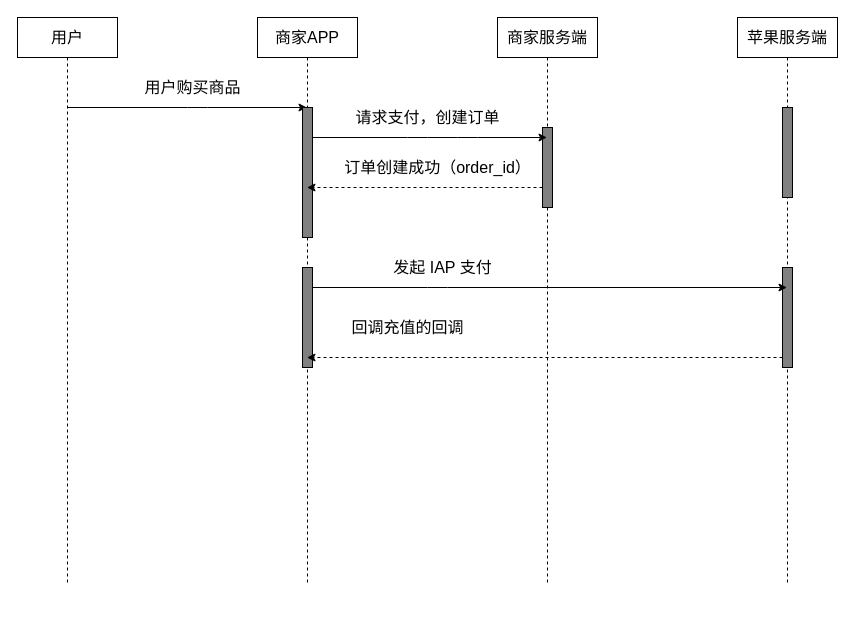
Above: page "apple-iap-order-before" (1 of 3) of business/business.drawio in boilingfrog/Go-POINT (draw.io), before the change. Source tidied: cells renumbered, new cells numbered last; positions are measured from the earlier drawing's top-left corner, leaving out a move shared by most shapes. Both pictures are drawn from the tidied source at 100%, with x=0, y=0 at pixel (17, 17).
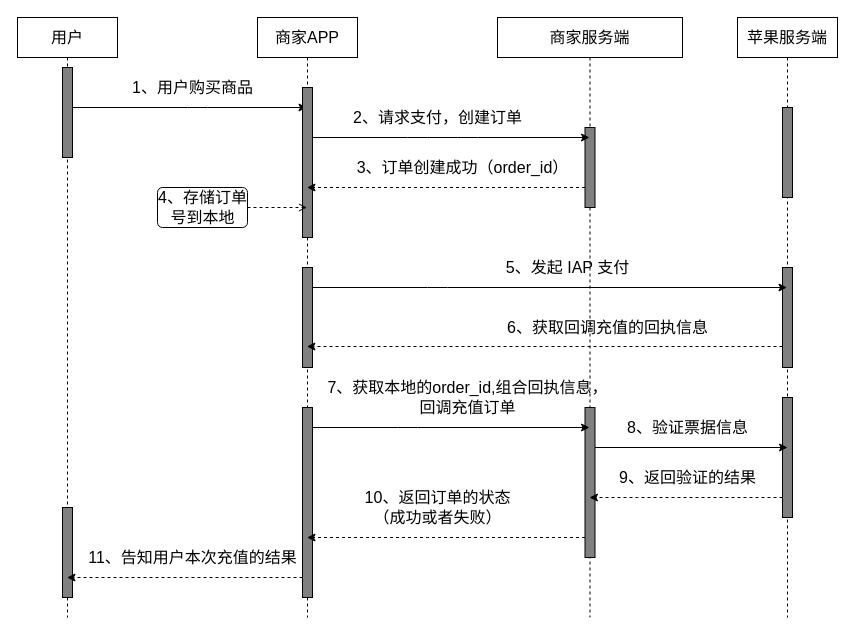
After the change.

The change refers to these unchanged cells:
```xml
<mxCell id="6" style="html=1;points=[];perimeter=orthogonalPerimeter;fillColor=#808080;" parent="4" vertex="1">
  <mxGeometry x="45" y="250" width="10" height="100" as="geometry" />
</mxCell>
<mxCell id="11" style="html=1;points=[];perimeter=orthogonalPerimeter;fillColor=#808080;" parent="9" vertex="1">
  <mxGeometry x="45" y="250" width="10" height="100" as="geometry" />
</mxCell>
```

The edit, as a diff of the source:
```diff
@@
     <mxCell id="3" value="&lt;font style=&quot;font-size: 16px&quot;&gt;用户&lt;/font&gt;" style="shape=umlLifeline;perimeter=lifelinePerimeter;whiteSpace=wrap;html=1;outlineConnect=0;" parent="1" vertex="1">
-      <mxGeometry width="100" height="565" as="geometry" />
+      <mxGeometry width="100" height="600" as="geometry" />
     </mxCell>
+    <mxCell id="21" style="html=1;perimeter=orthogonalPerimeter;fillColor=#808080;" parent="3" vertex="1">
+      <mxGeometry x="45" y="50" width="10" height="90" as="geometry" />
+    </mxCell>
+    <mxCell id="22" style="html=1;perimeter=orthogonalPerimeter;fillColor=#808080;" parent="3" vertex="1">
+      <mxGeometry x="45" y="490" width="10" height="90" as="geometry" />
+    </mxCell>
     <mxCell id="4" value="&lt;font style=&quot;font-size: 16px&quot;&gt;商家APP&lt;/font&gt;" style="shape=umlLifeline;perimeter=lifelinePerimeter;whiteSpace=wrap;html=1;outlineConnect=0;" parent="1" vertex="1">
-      <mxGeometry x="240" width="100" height="565" as="geometry" />
+      <mxGeometry x="240" width="100" height="600" as="geometry" />
     </mxCell>
     <mxCell id="5" style="html=1;points=[];perimeter=orthogonalPerimeter;fillColor=#808080;" parent="4" vertex="1">
-      <mxGeometry x="45" y="90" width="10" height="130" as="geometry" />
+      <mxGeometry x="45" y="70" width="10" height="150" as="geometry" />
     </mxCell>
@@
+    <mxCell id="23" style="html=1;points=[];perimeter=orthogonalPerimeter;fillColor=#808080;" parent="4" vertex="1">
+      <mxGeometry x="45" y="390" width="10" height="190" as="geometry" />
+    </mxCell>
     <mxCell id="7" value="&lt;font style=&quot;font-size: 16px&quot;&gt;商家服务端&lt;/font&gt;" style="shape=umlLifeline;perimeter=lifelinePerimeter;whiteSpace=wrap;html=1;outlineConnect=0;" parent="1" vertex="1">
-      <mxGeometry x="480" width="100" height="565" as="geometry" />
+      <mxGeometry x="480" width="185" height="600" as="geometry" />
     </mxCell>
     <mxCell id="8" style="html=1;points=[];perimeter=orthogonalPerimeter;fillColor=#808080;" parent="7" vertex="1">
-      <mxGeometry x="45" y="110" width="10" height="80" as="geometry" />
+      <mxGeometry x="87.5" y="110" width="10" height="80" as="geometry" />
     </mxCell>
+    <mxCell id="24" style="html=1;points=[];perimeter=orthogonalPerimeter;fillColor=#808080;" parent="7" vertex="1">
+      <mxGeometry x="87.5" y="390" width="10" height="150" as="geometry" />
+    </mxCell>
+    <mxCell id="20" value="6、获取回调充值的回执信息" style="text;html=1;align=center;verticalAlign=middle;strokeColor=none;fillColor=none;fontSize=16;" parent="7" vertex="1">
+      <mxGeometry y="300" width="220" height="20" as="geometry" />
+    </mxCell>
+    <mxCell id="18" value="5、发起 IAP 支付" style="text;html=1;align=center;verticalAlign=middle;strokeColor=none;fillColor=none;fontSize=16;" parent="7" vertex="1">
+      <mxGeometry y="240" width="140" height="20" as="geometry" />
+    </mxCell>
     <mxCell id="9" value="&lt;font style=&quot;font-size: 16px&quot;&gt;苹果服务端&lt;/font&gt;" style="shape=umlLifeline;perimeter=lifelinePerimeter;whiteSpace=wrap;html=1;outlineConnect=0;" parent="1" vertex="1">
-      <mxGeometry x="720" width="100" height="565" as="geometry" />
+      <mxGeometry x="720" width="100" height="600" as="geometry" />
     </mxCell>
@@
+    <mxCell id="25" style="html=1;points=[];perimeter=orthogonalPerimeter;fillColor=#808080;" parent="9" vertex="1">
+      <mxGeometry x="45" y="380" width="10" height="120" as="geometry" />
+    </mxCell>
-    <mxCell id="12" value="用户购买商品" style="text;html=1;align=center;verticalAlign=middle;strokeColor=none;fillColor=none;fontSize=16;" parent="1" vertex="1">
-      <mxGeometry x="120" y="60" width="110" height="20" as="geometry" />
+    <mxCell id="12" value="1、用户购买商品" style="text;html=1;align=center;verticalAlign=middle;strokeColor=none;fillColor=none;fontSize=16;" parent="1" vertex="1">
+      <mxGeometry x="105" y="60" width="140" height="20" as="geometry" />
     </mxCell>
@@
-    <mxCell id="14" value="请求支付，创建订单" style="text;html=1;align=center;verticalAlign=middle;strokeColor=none;fillColor=none;fontSize=16;" parent="1" vertex="1">
-      <mxGeometry x="330" y="90" width="160" height="20" as="geometry" />
+    <mxCell id="14" value="2、请求支付，创建订单" style="text;html=1;align=center;verticalAlign=middle;strokeColor=none;fillColor=none;fontSize=16;" parent="1" vertex="1">
+      <mxGeometry x="330" y="90" width="180" height="20" as="geometry" />
     </mxCell>
@@
+    <mxCell id="17" style="edgeStyle=none;html=1;fontSize=16;" parent="1" edge="1" source="6" target="9">
+      <mxGeometry relative="1" as="geometry">
+        <Array as="points">
+          <mxPoint x="420" y="270" />
+        </Array>
+      </mxGeometry>
+    </mxCell>
+    <mxCell id="19" style="edgeStyle=none;html=1;fontSize=16;dashed=1;" parent="1" edge="1">
+      <mxGeometry relative="1" as="geometry">
+        <mxPoint x="765" y="329" as="sourcePoint" />
+        <mxPoint x="289.4" y="329" as="targetPoint" />
+        <Array as="points">
+          <mxPoint x="540" y="329" />
+          <mxPoint x="500" y="329" />
+        </Array>
+      </mxGeometry>
+    </mxCell>
+    <mxCell id="26" value="4、存储订单&lt;br&gt;号到本地" style="html=1;rounded=1;absoluteArcSize=1;arcSize=10;fontSize=16;" parent="1" vertex="1">
+      <mxGeometry x="140" y="170" width="90" height="40" as="geometry" />
+    </mxCell>
+    <mxCell id="27" style="endArrow=open;html=1;rounded=0;align=center;verticalAlign=top;endFill=0;labelBackgroundColor=none;endSize=6;dashed=1;fontSize=16;" parent="1" edge="1" source="26" target="4">
+      <mxGeometry relative="1" as="geometry" />
+    </mxCell>
+    <mxCell id="28" style="edgeStyle=none;html=1;fontSize=16;" parent="1" edge="1" source="23" target="7">
+      <mxGeometry relative="1" as="geometry">
+        <Array as="points">
+          <mxPoint x="390" y="410" />
+        </Array>
+      </mxGeometry>
+    </mxCell>
+    <mxCell id="29" style="edgeStyle=none;html=1;fontSize=16;" parent="1" edge="1" source="24">
+      <mxGeometry relative="1" as="geometry">
+        <mxPoint x="770" y="430" as="targetPoint" />
+      </mxGeometry>
+    </mxCell>
+    <mxCell id="30" value="8、验证票据信息" style="text;html=1;align=center;verticalAlign=middle;strokeColor=none;fillColor=none;fontSize=16;" parent="1" vertex="1">
+      <mxGeometry x="600" y="400" width="140" height="20" as="geometry" />
+    </mxCell>
+    <mxCell id="31" style="edgeStyle=none;html=1;dashed=1;fontSize=16;" parent="1" edge="1" source="25" target="7">
+      <mxGeometry relative="1" as="geometry">
+        <Array as="points">
+          <mxPoint x="630" y="480" />
+        </Array>
+      </mxGeometry>
+    </mxCell>
+    <mxCell id="32" value="9、返回验证的结果" style="text;html=1;align=center;verticalAlign=middle;strokeColor=none;fillColor=none;fontSize=16;" parent="1" vertex="1">
+      <mxGeometry x="595" y="450" width="150" height="20" as="geometry" />
+    </mxCell>
+    <mxCell id="33" style="edgeStyle=none;html=1;fontSize=16;dashed=1;" parent="1" edge="1" source="24" target="4">
+      <mxGeometry relative="1" as="geometry">
+        <Array as="points">
+          <mxPoint x="400" y="520" />
+        </Array>
+      </mxGeometry>
+    </mxCell>
+    <mxCell id="34" value="10、返回订单的状态&lt;br&gt;（成功或者失败）" style="text;html=1;align=center;verticalAlign=middle;strokeColor=none;fillColor=none;fontSize=16;" parent="1" vertex="1">
+      <mxGeometry x="340" y="470" width="160" height="40" as="geometry" />
+    </mxCell>
+    <mxCell id="35" style="edgeStyle=none;html=1;dashed=1;fontSize=16;" parent="1" edge="1" source="23" target="3">
+      <mxGeometry relative="1" as="geometry">
+        <Array as="points">
+          <mxPoint x="160" y="560" />
+        </Array>
+      </mxGeometry>
+    </mxCell>
+    <mxCell id="36" value="11、告知用户本次充值的结果" style="text;html=1;align=center;verticalAlign=middle;strokeColor=none;fillColor=none;fontSize=16;" parent="1" vertex="1">
+      <mxGeometry x="65" y="530" width="220" height="20" as="geometry" />
+    </mxCell>
-    <mxCell id="16" value="订单创建成功（order_id）" style="text;html=1;align=center;verticalAlign=middle;strokeColor=none;fillColor=none;fontSize=16;" parent="1" vertex="1">
-      <mxGeometry x="320" y="140" width="200" height="20" as="geometry" />
+    <mxCell id="16" value="3、订单创建成功（order_id）" style="text;html=1;align=center;verticalAlign=middle;strokeColor=none;fillColor=none;fontSize=16;" parent="1" vertex="1">
+      <mxGeometry x="330" y="140" width="230" height="20" as="geometry" />
     </mxCell>
-    <mxCell id="17" style="edgeStyle=none;html=1;fontSize=16;" parent="1" edge="1" source="6" target="9">
-      <mxGeometry relative="1" as="geometry">
-        <Array as="points">
-          <mxPoint x="420" y="270" />
-        </Array>
-      </mxGeometry>
-    </mxCell>
-    <mxCell id="18" value="发起 IAP 支付" style="text;html=1;align=center;verticalAlign=middle;strokeColor=none;fillColor=none;fontSize=16;" parent="1" vertex="1">
-      <mxGeometry x="370" y="240" width="110" height="20" as="geometry" />
-    </mxCell>
-    <mxCell id="19" style="edgeStyle=none;html=1;fontSize=16;dashed=1;" parent="1" edge="1" source="11" target="4">
-      <mxGeometry relative="1" as="geometry">
-        <Array as="points">
-          <mxPoint x="510" y="340" />
-        </Array>
-      </mxGeometry>
-    </mxCell>
-    <mxCell id="20" value="回调充值的回调" style="text;html=1;align=center;verticalAlign=middle;strokeColor=none;fillColor=none;fontSize=16;" parent="1" vertex="1">
-      <mxGeometry x="325" y="300" width="130" height="20" as="geometry" />
-    </mxCell>
+    <mxCell id="37" value="7、获取本地的order_id,组合回执信息，&lt;br&gt;回调充值订单" style="text;html=1;align=center;verticalAlign=middle;strokeColor=none;fillColor=none;fontSize=16;" parent="1" vertex="1">
+      <mxGeometry x="300" y="360" width="300" height="40" as="geometry" />
+    </mxCell>
```
